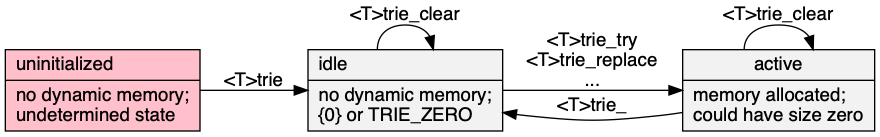
neil-edelman/boxes keeps this Graphviz diagram as doc/states.png. Above is the earlier version. Its source is kept beside it as doc/states.gv. Source of this version:
```dot
digraph {
	graph [rankdir=LR, truecolor=true, bgcolor=transparent, fontname="Bitstream Vera Sans"];
	node [shape=record, style=filled, fillcolor="Grey95", fontname="Bitstream Vera Sans"];
	edge [fontname="Bitstream Vera Sans"];
	null [label = "uninitialized\l|no dynamic memory;\lundetermined state\l", fillcolor = "Pink"];
	static [label = "idle\l|no dynamic memory;\l\{0\} or TRIE_ZERO\l"];
	dynamic [label = "active\n|memory allocated;\lcould have size zero\l"];
	null -> static [ label = "<T>trie" ];
	static -> dynamic [ label = "<T>trie_try\n<T>trie_replace\n...\n" ];
	dynamic -> static [ label = "<T>trie_" ];
	dynamic -> dynamic [label = "<T>trie_clear"];
	static -> static [ label = "<T>trie_clear"];
}
```
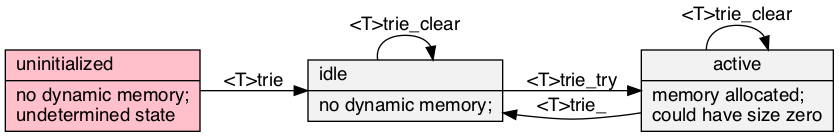
The same diagram one commit later.

The edit, as a diff of the source:
```diff
@@ -3,10 +3,10 @@
 	node [shape=record, style=filled, fillcolor="Grey95", fontname="Bitstream Vera Sans"];
 	edge [fontname="Bitstream Vera Sans"];
 	null [label = "uninitialized\l|no dynamic memory;\lundetermined state\l", fillcolor = "Pink"];
-	static [label = "idle\l|no dynamic memory;\l\{0\} or TRIE_ZERO\l"];
+	static [label = "idle\l|no dynamic memory;\l"];
 	dynamic [label = "active\n|memory allocated;\lcould have size zero\l"];
 	null -> static [ label = "<T>trie" ];
-	static -> dynamic [ label = "<T>trie_try\n<T>trie_replace\n...\n" ];
+	static -> dynamic [ label = "<T>trie_try\n" ];
 	dynamic -> static [ label = "<T>trie_" ];
 	dynamic -> dynamic [label = "<T>trie_clear"];
 	static -> static [ label = "<T>trie_clear"];
```
